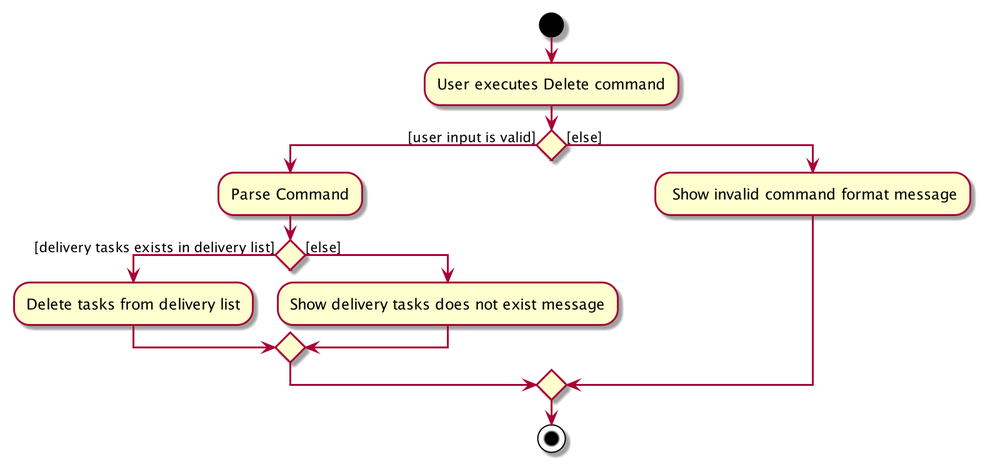
Before: docs/images/DeleteDeliveryTaskActivityDiagram.png, a diagram exported from PlantUML (nus-cs2103-AY2021S2/tp).
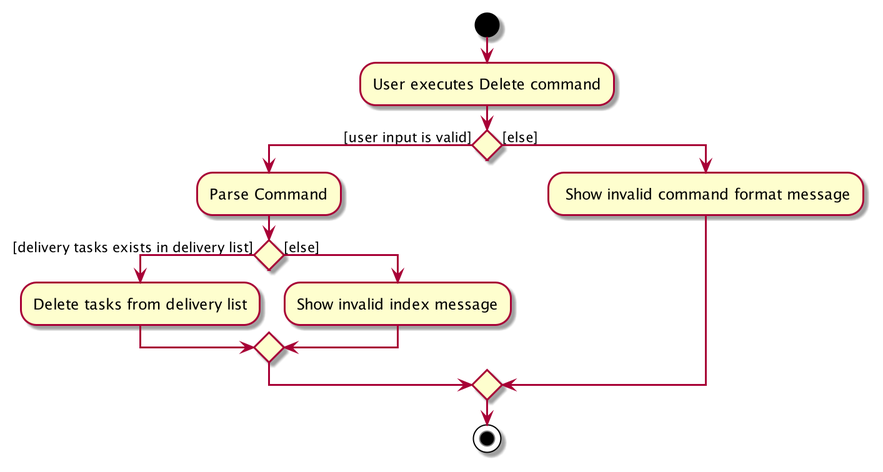
The same diagram one commit later.

The edit, as a diff of the source:
```diff
@@ -8,7 +8,7 @@
     if () then ([delivery tasks exists in delivery list])
         :Delete tasks from delivery list;
     else ([else])
-        :Show delivery tasks does not exist message;
+        :Show invalid index message;
     endif
 else ([else])
     : Show invalid command format message;
```
